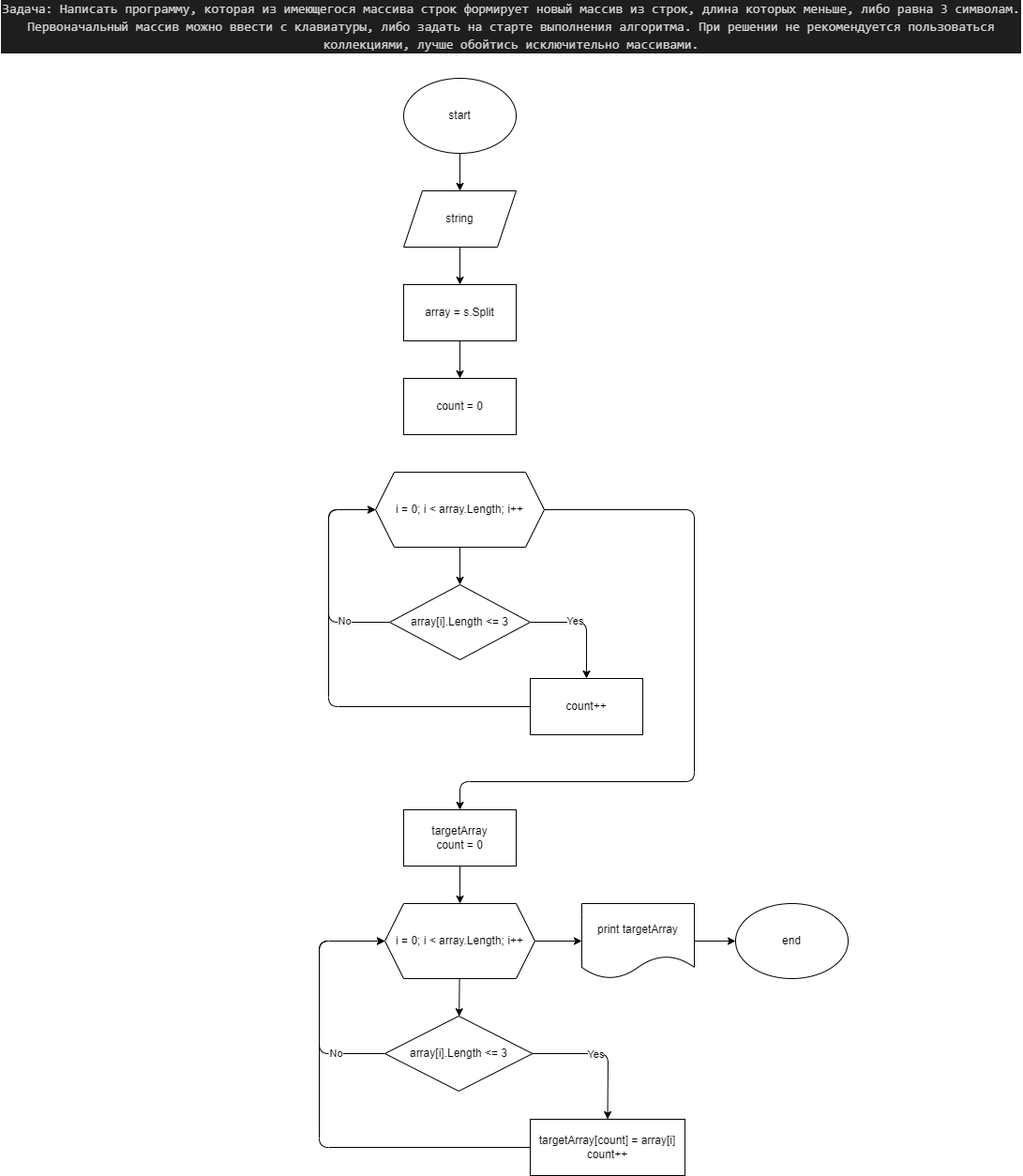
The draw.io diagram diagram.drawio.png in Matsulevich-Olga/FinalTest, before a commit. Source tidied: cells renumbered, new cells last; positions are measured from the earlier drawing's top-left corner, leaving out a move shared by most shapes.
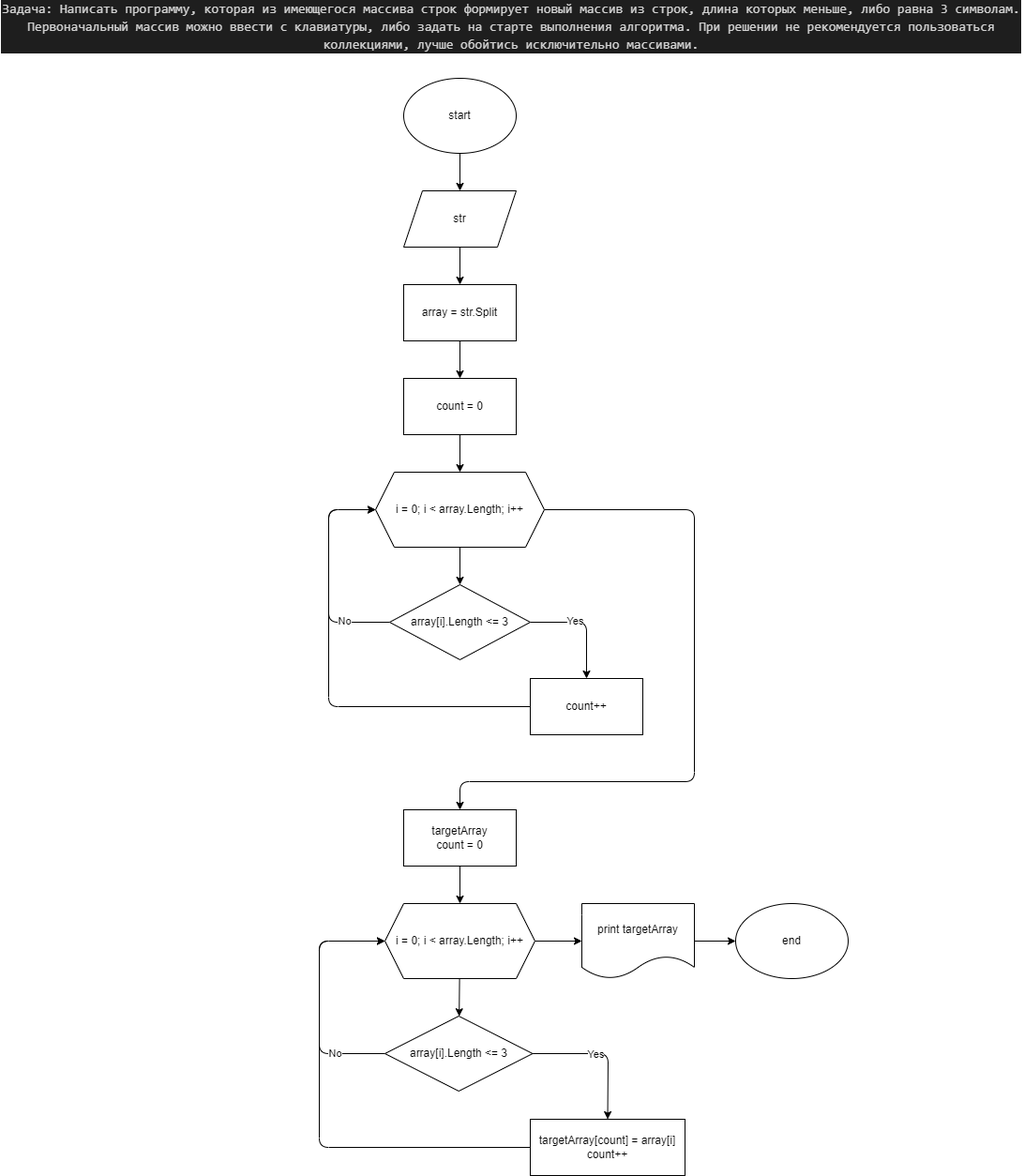
The same file after the commit.

The edit, as a diff of the source:
```diff
@@ -14,15 +14,18 @@
     <mxCell id="5" style="edgeStyle=none;html=1;" parent="1" edge="1" source="6" target="8">
       <mxGeometry relative="1" as="geometry" />
     </mxCell>
-    <mxCell id="6" value="string" style="shape=parallelogram;perimeter=parallelogramPerimeter;whiteSpace=wrap;html=1;fixedSize=1;" parent="1" vertex="1">
+    <mxCell id="6" value="str" style="shape=parallelogram;perimeter=parallelogramPerimeter;whiteSpace=wrap;html=1;fixedSize=1;" parent="1" vertex="1">
       <mxGeometry x="430" y="190" width="120" height="60" as="geometry" />
     </mxCell>
     <mxCell id="7" style="edgeStyle=none;html=1;" parent="1" edge="1" source="8" target="9">
       <mxGeometry relative="1" as="geometry" />
     </mxCell>
-    <mxCell id="8" value="array = s.Split" style="rounded=0;whiteSpace=wrap;html=1;" parent="1" vertex="1">
+    <mxCell id="8" value="array = str.Split" style="rounded=0;whiteSpace=wrap;html=1;" parent="1" vertex="1">
       <mxGeometry x="430" y="290" width="120" height="60" as="geometry" />
     </mxCell>
+    <mxCell id="35" style="edgeStyle=none;html=1;" parent="1" edge="1" source="9" target="12">
+      <mxGeometry relative="1" as="geometry" />
+    </mxCell>
     <mxCell id="9" value="count = 0" style="rounded=0;whiteSpace=wrap;html=1;" parent="1" vertex="1">
       <mxGeometry x="430" y="390" width="120" height="60" as="geometry" />
     </mxCell>
```
